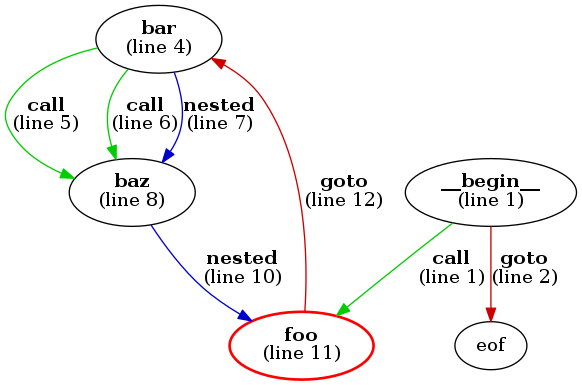
The Graphviz diagram examples/example1.png in microsoft/cmd-call-graph, before a commit. Its source is kept beside it as examples/example1.dot.
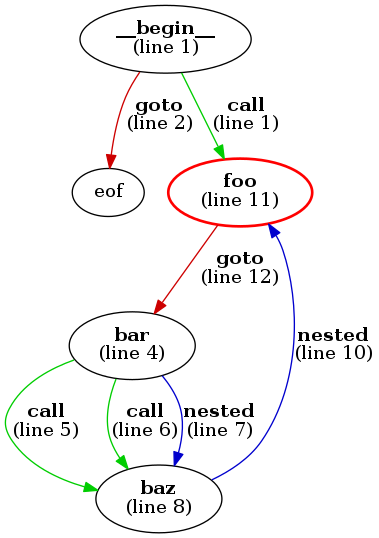
Above is the later version.

The edit, as a diff of the source:
```diff
@@ -1,13 +1,13 @@
 digraph g {
+__begin__ [label=<<b>__begin__</b><br />(line 1)>]
+__begin__ -> eof [label=<<b>goto</b><br />(line 2)>,color=red3]
+__begin__ -> foo [label=<<b>call</b><br />(line 1)>,color=green3]
+foo [label=<<b>foo</b><br />(line 11)>,color=red,penwidth=2]
+foo -> bar [label=<<b>goto</b><br />(line 12)>,color=red3]
+baz [label=<<b>baz</b><br />(line 8)>]
+baz -> foo [label=<<b>nested</b><br />(line 10)>,color=blue3]
 bar [label=<<b>bar</b><br />(line 4)>]
 bar -> baz [label=<<b>call</b><br />(line 5)>,color=green3]
 bar -> baz [label=<<b>call</b><br />(line 6)>,color=green3]
 bar -> baz [label=<<b>nested</b><br />(line 7)>,color=blue3]
-baz [label=<<b>baz</b><br />(line 8)>]
-baz -> foo [label=<<b>nested</b><br />(line 10)>,color=blue3]
-__begin__ [label=<<b>__begin__</b><br />(line 1)>]
-__begin__ -> foo [label=<<b>call</b><br />(line 1)>,color=green3]
-__begin__ -> eof [label=<<b>goto</b><br />(line 2)>,color=red3]
-foo [label=<<b>foo</b><br />(line 11)>,color=red,penwidth=2]
-foo -> bar [label=<<b>goto</b><br />(line 12)>,color=red3]
 }
```
